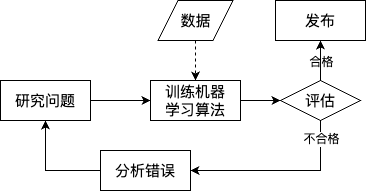
The draw.io diagram static/img/ml/1/机器学习系统.drawio.png in Aurelius-Huang/aurelius-huang.io, before a commit. Source tidied: cells renumbered, new cells last; positions are measured from the earlier drawing's top-left corner, leaving out a move shared by most shapes. Its diagram source:
```xml
<mxGraphModel>
  <root>
    <mxCell id="0" />
    <mxCell id="1" parent="0" />
    <mxCell id="2" style="edgeStyle=orthogonalEdgeStyle;rounded=0;jettySize=auto;html=1;entryX=0;entryY=0.5;entryDx=0;entryDy=0;fontSize=15;" parent="1" edge="1" source="3" target="5">
      <mxGeometry relative="1" as="geometry" />
    </mxCell>
    <mxCell id="3" value="研究问题" style="rounded=0;whiteSpace=wrap;html=1;fontSize=15;" parent="1" vertex="1">
      <mxGeometry y="80" width="90" height="40" as="geometry" />
    </mxCell>
    <mxCell id="4" style="edgeStyle=orthogonalEdgeStyle;rounded=0;jettySize=auto;html=1;entryX=0;entryY=0.5;entryDx=0;entryDy=0;fontSize=15;" parent="1" edge="1" source="5" target="14">
      <mxGeometry relative="1" as="geometry" />
    </mxCell>
    <mxCell id="5" value="训练机器&lt;br&gt;学习算法" style="rounded=0;whiteSpace=wrap;html=1;fontSize=15;" parent="1" vertex="1">
      <mxGeometry x="150" y="80" width="90" height="40" as="geometry" />
    </mxCell>
    <mxCell id="6" style="edgeStyle=orthogonalEdgeStyle;rounded=0;jettySize=auto;html=1;entryX=0.5;entryY=1;entryDx=0;entryDy=0;fontSize=15;" parent="1" edge="1" source="7" target="3">
      <mxGeometry relative="1" as="geometry" />
    </mxCell>
    <mxCell id="7" value="分析错误" style="rounded=0;whiteSpace=wrap;html=1;fontSize=15;" parent="1" vertex="1">
      <mxGeometry x="100" y="150" width="90" height="40" as="geometry" />
    </mxCell>
    <mxCell id="8" value="发布" style="rounded=0;whiteSpace=wrap;html=1;fontSize=15;" parent="1" vertex="1">
      <mxGeometry x="275" width="90" height="40" as="geometry" />
    </mxCell>
    <mxCell id="9" style="edgeStyle=orthogonalEdgeStyle;rounded=0;jettySize=auto;html=1;entryX=1;entryY=0.5;entryDx=0;entryDy=0;fontSize=15;" parent="1" edge="1" source="14" target="7">
      <mxGeometry relative="1" as="geometry">
        <Array as="points">
          <mxPoint x="320" y="170" />
        </Array>
      </mxGeometry>
    </mxCell>
    <mxCell id="10" value="不合格" style="edgeLabel;html=1;align=center;verticalAlign=middle;fontSize=12;" parent="9" vertex="1">
      <mxGeometry x="-0.8" relative="1" as="geometry" />
    </mxCell>
    <mxCell id="11" style="edgeStyle=orthogonalEdgeStyle;rounded=0;jettySize=auto;html=1;entryX=0.5;entryY=1;entryDx=0;entryDy=0;fontSize=15;" parent="1" edge="1" source="14" target="8">
      <mxGeometry relative="1" as="geometry" />
    </mxCell>
    <mxCell id="12" value="合格" style="edgeLabel;html=1;align=center;verticalAlign=middle;fontSize=12;" parent="11" vertex="1">
      <mxGeometry x="-0.05" relative="1" as="geometry" />
    </mxCell>
    <mxCell id="13" style="edgeStyle=orthogonalEdgeStyle;rounded=0;jettySize=auto;html=1;fontSize=15;" parent="1" edge="1" source="14" target="8">
      <mxGeometry relative="1" as="geometry" />
    </mxCell>
    <mxCell id="14" value="评估" style="rhombus;whiteSpace=wrap;html=1;fontSize=15;" parent="1" vertex="1">
      <mxGeometry x="280" y="80" width="80" height="40" as="geometry" />
    </mxCell>
    <mxCell id="15" style="edgeStyle=orthogonalEdgeStyle;rounded=0;jettySize=auto;html=1;fontSize=15;dashed=1;" parent="1" edge="1" source="16" target="5">
      <mxGeometry relative="1" as="geometry" />
    </mxCell>
    <mxCell id="16" value="数据" style="shape=parallelogram;perimeter=parallelogramPerimeter;whiteSpace=wrap;html=1;fixedSize=1;fontSize=15;" parent="1" vertex="1">
      <mxGeometry x="157.5" width="75" height="40" as="geometry" />
    </mxCell>
  </root>
</mxGraphModel>
```
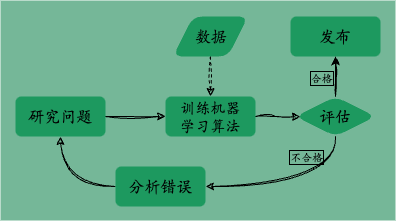
Above is the later version.

Change to the diagram source:
```diff
@@ -2,53 +2,56 @@
   <root>
     <mxCell id="0" />
     <mxCell id="1" parent="0" />
+    <mxCell id="17" style="rounded=0;whiteSpace=wrap;html=1;fillColor=#75B798;strokeColor=none;" parent="1" vertex="1">
+      <mxGeometry x="-15" y="-16" width="395" height="220" as="geometry" />
+    </mxCell>
-    <mxCell id="2" style="edgeStyle=orthogonalEdgeStyle;rounded=0;jettySize=auto;html=1;entryX=0;entryY=0.5;entryDx=0;entryDy=0;fontSize=15;" parent="1" edge="1" source="3" target="5">
+    <mxCell id="2" style="edgeStyle=orthogonalEdgeStyle;rounded=0;jettySize=auto;html=1;entryX=0;entryY=0.5;entryDx=0;entryDy=0;fontSize=15;sketch=1;curveFitting=1;jiggle=2;" parent="1" edge="1" source="3" target="5">
       <mxGeometry relative="1" as="geometry" />
     </mxCell>
-    <mxCell id="3" value="研究问题" style="rounded=0;whiteSpace=wrap;html=1;fontSize=15;" parent="1" vertex="1">
+    <mxCell id="3" value="研究问题" style="rounded=1;whiteSpace=wrap;html=1;fontSize=16;fillColor=#1D995F;fontFamily=Kaiti SC;strokeColor=none;" parent="1" vertex="1">
       <mxGeometry y="80" width="90" height="40" as="geometry" />
     </mxCell>
-    <mxCell id="4" style="edgeStyle=orthogonalEdgeStyle;rounded=0;jettySize=auto;html=1;entryX=0;entryY=0.5;entryDx=0;entryDy=0;fontSize=15;" parent="1" edge="1" source="5" target="14">
+    <mxCell id="4" style="edgeStyle=orthogonalEdgeStyle;rounded=0;jettySize=auto;html=1;entryX=0.062;entryY=0.507;entryDx=0;entryDy=0;fontSize=15;sketch=1;curveFitting=1;jiggle=2;entryPerimeter=0;" parent="1" edge="1" source="5" target="14">
       <mxGeometry relative="1" as="geometry" />
     </mxCell>
-    <mxCell id="5" value="训练机器&lt;br&gt;学习算法" style="rounded=0;whiteSpace=wrap;html=1;fontSize=15;" parent="1" vertex="1">
+    <mxCell id="5" value="训练机器&lt;br&gt;学习算法" style="rounded=1;whiteSpace=wrap;html=1;fontSize=15;fillColor=#1D995F;fontFamily=Kaiti SC;strokeColor=none;" parent="1" vertex="1">
       <mxGeometry x="150" y="80" width="90" height="40" as="geometry" />
     </mxCell>
-    <mxCell id="6" style="edgeStyle=orthogonalEdgeStyle;rounded=0;jettySize=auto;html=1;entryX=0.5;entryY=1;entryDx=0;entryDy=0;fontSize=15;" parent="1" edge="1" source="7" target="3">
+    <mxCell id="6" style="edgeStyle=orthogonalEdgeStyle;rounded=0;jettySize=auto;html=1;entryX=0.5;entryY=1;entryDx=0;entryDy=0;fontSize=15;sketch=1;curveFitting=1;jiggle=2;curved=1;" parent="1" edge="1" source="7" target="3">
       <mxGeometry relative="1" as="geometry" />
     </mxCell>
-    <mxCell id="7" value="分析错误" style="rounded=0;whiteSpace=wrap;html=1;fontSize=15;" parent="1" vertex="1">
+    <mxCell id="7" value="分析错误" style="rounded=1;whiteSpace=wrap;html=1;fontSize=16;fillColor=#1D995F;fontFamily=Kaiti SC;strokeColor=none;" parent="1" vertex="1">
       <mxGeometry x="100" y="150" width="90" height="40" as="geometry" />
     </mxCell>
-    <mxCell id="8" value="发布" style="rounded=0;whiteSpace=wrap;html=1;fontSize=15;" parent="1" vertex="1">
+    <mxCell id="8" value="发布" style="rounded=1;whiteSpace=wrap;html=1;fontSize=16;fillColor=#1D995F;fontFamily=Kaiti SC;strokeColor=none;" parent="1" vertex="1">
       <mxGeometry x="275" width="90" height="40" as="geometry" />
     </mxCell>
-    <mxCell id="9" style="edgeStyle=orthogonalEdgeStyle;rounded=0;jettySize=auto;html=1;entryX=1;entryY=0.5;entryDx=0;entryDy=0;fontSize=15;" parent="1" edge="1" source="14" target="7">
-      <mxGeometry relative="1" as="geometry">
-        <Array as="points">
-          <mxPoint x="320" y="170" />
-        </Array>
-      </mxGeometry>
+    <mxCell id="9" style="edgeStyle=orthogonalEdgeStyle;rounded=0;jettySize=auto;html=1;entryX=1;entryY=0.5;entryDx=0;entryDy=0;fontSize=15;sketch=1;curveFitting=1;jiggle=2;curved=1;exitX=0.5;exitY=1;exitDx=0;exitDy=0;" parent="1" edge="1" source="14" target="7">
+      <mxGeometry relative="1" as="geometry" />
     </mxCell>
-    <mxCell id="10" value="不合格" style="edgeLabel;html=1;align=center;verticalAlign=middle;fontSize=12;" parent="9" vertex="1">
-      <mxGeometry x="-0.8" relative="1" as="geometry" />
+    <mxCell id="10" value="不合格" style="edgeLabel;align=center;verticalAlign=middle;fontSize=11;fontColor=default;labelBackgroundColor=none;labelBorderColor=default;html=1;fontFamily=Kaiti SC;" parent="9" vertex="1">
+      <mxGeometry x="-0.8" relative="1" as="geometry">
+        <mxPoint x="-30" y="2" as="offset" />
+      </mxGeometry>
     </mxCell>
     <mxCell id="11" style="edgeStyle=orthogonalEdgeStyle;rounded=0;jettySize=auto;html=1;entryX=0.5;entryY=1;entryDx=0;entryDy=0;fontSize=15;" parent="1" edge="1" source="14" target="8">
       <mxGeometry relative="1" as="geometry" />
     </mxCell>
-    <mxCell id="12" value="合格" style="edgeLabel;html=1;align=center;verticalAlign=middle;fontSize=12;" parent="11" vertex="1">
-      <mxGeometry x="-0.05" relative="1" as="geometry" />
+    <mxCell id="12" value="合格" style="edgeLabel;align=center;verticalAlign=middle;fontSize=11;fontColor=default;labelBackgroundColor=none;labelBorderColor=default;html=1;fontFamily=Kaiti SC;" parent="11" vertex="1">
+      <mxGeometry x="-0.05" relative="1" as="geometry">
+        <mxPoint x="-15" as="offset" />
+      </mxGeometry>
     </mxCell>
-    <mxCell id="13" style="edgeStyle=orthogonalEdgeStyle;rounded=0;jettySize=auto;html=1;fontSize=15;" parent="1" edge="1" source="14" target="8">
+    <mxCell id="13" style="edgeStyle=orthogonalEdgeStyle;rounded=0;jettySize=auto;html=1;fontSize=15;sketch=1;curveFitting=1;jiggle=2;" parent="1" edge="1" source="14" target="8">
       <mxGeometry relative="1" as="geometry" />
     </mxCell>
-    <mxCell id="14" value="评估" style="rhombus;whiteSpace=wrap;html=1;fontSize=15;" parent="1" vertex="1">
+    <mxCell id="14" value="评估" style="rhombus;whiteSpace=wrap;html=1;fontSize=16;rounded=1;fillColor=#1D995F;fontFamily=Kaiti SC;strokeColor=none;" parent="1" vertex="1">
       <mxGeometry x="280" y="80" width="80" height="40" as="geometry" />
     </mxCell>
-    <mxCell id="15" style="edgeStyle=orthogonalEdgeStyle;rounded=0;jettySize=auto;html=1;fontSize=15;dashed=1;" parent="1" edge="1" source="16" target="5">
+    <mxCell id="15" style="edgeStyle=orthogonalEdgeStyle;rounded=0;jettySize=auto;html=1;fontSize=15;dashed=1;sketch=1;curveFitting=1;jiggle=2;" parent="1" edge="1" source="16" target="5">
       <mxGeometry relative="1" as="geometry" />
     </mxCell>
-    <mxCell id="16" value="数据" style="shape=parallelogram;perimeter=parallelogramPerimeter;whiteSpace=wrap;html=1;fixedSize=1;fontSize=15;" parent="1" vertex="1">
+    <mxCell id="16" value="数据" style="shape=parallelogram;perimeter=parallelogramPerimeter;whiteSpace=wrap;html=1;fixedSize=1;fontSize=16;rounded=1;fillColor=#1D995F;fontFamily=Kaiti SC;strokeColor=none;" parent="1" vertex="1">
       <mxGeometry x="157.5" width="75" height="40" as="geometry" />
     </mxCell>
   </root>
```
